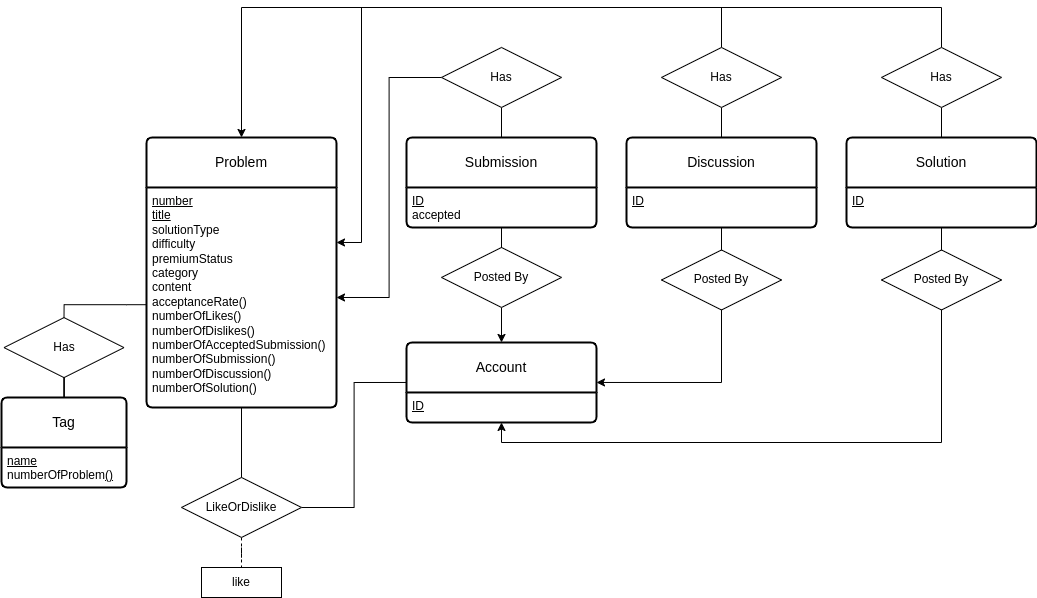
Above: Data Storing/design/ER Model.png in wargabasdat/Seleksi-2023-Tugas-1 (draw.io), before the change. Source tidied: cells renumbered, new cells last; positions are measured from the earlier drawing's top-left corner, leaving out a move shared by most shapes.
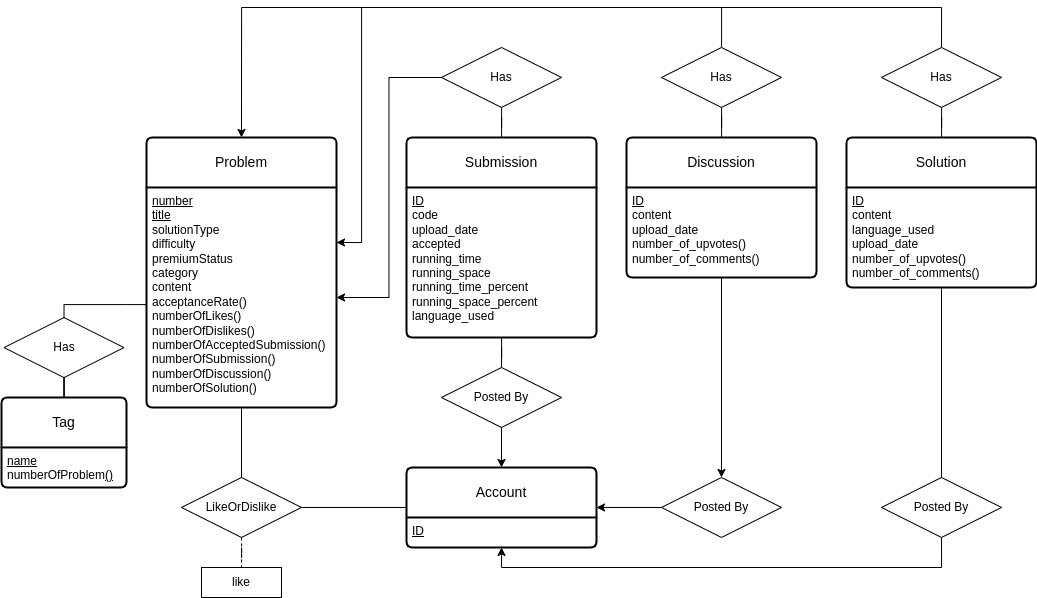
After the change.

The edit, as a diff of the source:
```diff
@@ -29,7 +29,7 @@
       <mxGeometry x="2.5" y="310.1" width="120" height="60" as="geometry" />
     </mxCell>
     <mxCell id="9" value="Account" style="swimlane;horizontal=1;startSize=50;rounded=1;fontSize=14;fontStyle=0;strokeWidth=2;shadow=0;dashed=0;align=center;arcSize=4;whiteSpace=wrap;html=1;" parent="1" vertex="1">
-      <mxGeometry x="405" y="335" width="190" height="80" as="geometry" />
+      <mxGeometry x="405" y="460" width="190" height="80" as="geometry" />
     </mxCell>
     <mxCell id="10" value="&lt;u&gt;ID&lt;/u&gt;" style="align=left;strokeColor=none;fillColor=none;spacingLeft=4;fontSize=12;verticalAlign=top;html=1;" parent="9" vertex="1">
       <mxGeometry y="50" width="190" height="30" as="geometry" />
@@ -46,17 +46,17 @@
     <mxCell id="14" value="like" style="rounded=0;whiteSpace=wrap;html=1;" parent="1" vertex="1">
       <mxGeometry x="200" y="560" width="80" height="30" as="geometry" />
     </mxCell>
-    <mxCell id="15" style="edgeStyle=orthogonalEdgeStyle;rounded=0;jettySize=auto;html=1;endArrow=none;endFill=0;" parent="1" edge="1" source="16" target="36">
+    <mxCell id="15" style="edgeStyle=orthogonalEdgeStyle;rounded=0;jettySize=auto;html=1;endArrow=none;endFill=0;" parent="1" edge="1" source="16" target="34">
       <mxGeometry relative="1" as="geometry" />
     </mxCell>
     <mxCell id="16" value="Has" style="shape=rhombus;perimeter=rhombusPerimeter;whiteSpace=wrap;html=1;align=center;" parent="1" vertex="1">
       <mxGeometry x="880" y="40" width="120" height="60" as="geometry" />
     </mxCell>
-    <mxCell id="17" style="edgeStyle=orthogonalEdgeStyle;rounded=0;jettySize=auto;html=1;entryX=1;entryY=0.5;entryDx=0;entryDy=0;exitX=0.5;exitY=1;exitDx=0;exitDy=0;" parent="1" edge="1" source="18" target="9">
+    <mxCell id="17" style="edgeStyle=orthogonalEdgeStyle;rounded=0;jettySize=auto;html=1;entryX=1;entryY=0.5;entryDx=0;entryDy=0;" parent="1" edge="1" source="18" target="9">
       <mxGeometry relative="1" as="geometry" />
     </mxCell>
     <mxCell id="18" value="Posted By" style="shape=rhombus;perimeter=rhombusPerimeter;whiteSpace=wrap;html=1;align=center;" parent="1" vertex="1">
-      <mxGeometry x="660" y="242.5" width="120" height="60" as="geometry" />
+      <mxGeometry x="660" y="470" width="120" height="60" as="geometry" />
     </mxCell>
     <mxCell id="19" style="edgeStyle=orthogonalEdgeStyle;rounded=0;jettySize=auto;html=1;endArrow=none;endFill=0;" parent="1" edge="1" source="21" target="24">
       <mxGeometry relative="1" as="geometry" />
@@ -71,19 +71,19 @@
       <mxGeometry relative="1" as="geometry" />
     </mxCell>
     <mxCell id="23" value="Posted By" style="shape=rhombus;perimeter=rhombusPerimeter;whiteSpace=wrap;html=1;align=center;" parent="1" vertex="1">
-      <mxGeometry x="880" y="242.5" width="120" height="60" as="geometry" />
+      <mxGeometry x="880" y="470" width="120" height="60" as="geometry" />
     </mxCell>
     <mxCell id="24" value="Submission" style="swimlane;horizontal=1;startSize=50;rounded=1;fontSize=14;fontStyle=0;strokeWidth=2;shadow=0;dashed=0;align=center;arcSize=4;whiteSpace=wrap;html=1;" parent="1" vertex="1">
-      <mxGeometry x="405" y="130" width="190" height="90" as="geometry" />
+      <mxGeometry x="405" y="130" width="190" height="200" as="geometry" />
     </mxCell>
-    <mxCell id="25" value="&lt;u&gt;ID&lt;/u&gt;&lt;br&gt;accepted" style="align=left;strokeColor=none;fillColor=none;spacingLeft=4;fontSize=12;verticalAlign=top;html=1;" parent="24" vertex="1">
-      <mxGeometry y="50" width="190" height="40" as="geometry" />
+    <mxCell id="25" value="&lt;u&gt;ID&lt;/u&gt;&lt;br&gt;code&lt;br&gt;upload_date&lt;br&gt;accepted&lt;br&gt;running_time&lt;br&gt;running_space&lt;br&gt;running_time_percent&lt;br&gt;running_space_percent&lt;br&gt;language_used" style="align=left;strokeColor=none;fillColor=none;spacingLeft=4;fontSize=12;verticalAlign=top;html=1;" parent="24" vertex="1">
+      <mxGeometry y="50" width="190" height="150" as="geometry" />
     </mxCell>
     <mxCell id="26" value="Discussion" style="swimlane;horizontal=1;startSize=50;rounded=1;fontSize=14;fontStyle=0;strokeWidth=2;shadow=0;dashed=0;align=center;arcSize=4;whiteSpace=wrap;html=1;" parent="1" vertex="1">
-      <mxGeometry x="625" y="130" width="190" height="90" as="geometry" />
+      <mxGeometry x="625" y="130" width="190" height="140" as="geometry" />
     </mxCell>
-    <mxCell id="27" value="&lt;u&gt;ID&lt;/u&gt;" style="align=left;strokeColor=none;fillColor=none;spacingLeft=4;fontSize=12;verticalAlign=top;html=1;" parent="26" vertex="1">
-      <mxGeometry y="50" width="190" height="40" as="geometry" />
+    <mxCell id="27" value="&lt;u&gt;ID&lt;br&gt;&lt;/u&gt;content&lt;br style=&quot;border-color: var(--border-color);&quot;&gt;upload_date&lt;br style=&quot;border-color: var(--border-color);&quot;&gt;number_of_upvotes()&lt;br style=&quot;border-color: var(--border-color);&quot;&gt;number_of_comments()&lt;u&gt;&lt;br&gt;&lt;/u&gt;" style="align=left;strokeColor=none;fillColor=none;spacingLeft=4;fontSize=12;verticalAlign=top;html=1;" parent="26" vertex="1">
+      <mxGeometry y="50" width="190" height="90" as="geometry" />
     </mxCell>
     <mxCell id="28" style="edgeStyle=orthogonalEdgeStyle;rounded=0;jettySize=auto;html=1;endArrow=none;endFill=0;" parent="1" edge="1" source="30" target="26">
       <mxGeometry relative="1" as="geometry" />
@@ -100,37 +100,37 @@
     <mxCell id="30" value="Has" style="shape=rhombus;perimeter=rhombusPerimeter;whiteSpace=wrap;html=1;align=center;" parent="1" vertex="1">
       <mxGeometry x="660" y="40" width="120" height="60" as="geometry" />
     </mxCell>
-    <mxCell id="31" style="edgeStyle=orthogonalEdgeStyle;rounded=0;jettySize=auto;html=1;endArrow=classic;endFill=1;" parent="1" edge="1" source="32" target="9">
+    <mxCell id="31" style="edgeStyle=orthogonalEdgeStyle;rounded=0;jettySize=auto;html=1;" parent="1" edge="1" source="32" target="9">
       <mxGeometry relative="1" as="geometry" />
     </mxCell>
     <mxCell id="32" value="Posted By" style="shape=rhombus;perimeter=rhombusPerimeter;whiteSpace=wrap;html=1;align=center;" parent="1" vertex="1">
-      <mxGeometry x="440" y="240" width="120" height="60" as="geometry" />
+      <mxGeometry x="440" y="360" width="120" height="60" as="geometry" />
     </mxCell>
     <mxCell id="33" style="edgeStyle=orthogonalEdgeStyle;rounded=0;jettySize=auto;html=1;entryX=0.5;entryY=0;entryDx=0;entryDy=0;endArrow=none;endFill=0;" parent="1" edge="1" source="4" target="13">
       <mxGeometry relative="1" as="geometry" />
     </mxCell>
-    <mxCell id="34" style="edgeStyle=orthogonalEdgeStyle;rounded=0;jettySize=auto;html=1;endArrow=none;endFill=0;" parent="1" edge="1" source="25" target="32">
-      <mxGeometry relative="1" as="geometry" />
+    <mxCell id="34" value="Solution" style="swimlane;horizontal=1;startSize=50;rounded=1;fontSize=14;fontStyle=0;strokeWidth=2;shadow=0;dashed=0;align=center;arcSize=4;whiteSpace=wrap;html=1;" parent="1" vertex="1">
+      <mxGeometry x="845" y="130" width="190" height="150" as="geometry" />
     </mxCell>
-    <mxCell id="35" style="edgeStyle=orthogonalEdgeStyle;rounded=0;jettySize=auto;html=1;endArrow=none;endFill=0;" parent="1" edge="1" source="27" target="18">
-      <mxGeometry relative="1" as="geometry" />
+    <mxCell id="35" value="&lt;u&gt;ID&lt;/u&gt;&lt;br&gt;content&lt;br&gt;language_used&lt;br&gt;upload_date&lt;br&gt;number_of_upvotes()&lt;br&gt;number_of_comments()&lt;br&gt;" style="align=left;strokeColor=none;fillColor=none;spacingLeft=4;fontSize=12;verticalAlign=top;html=1;" parent="34" vertex="1">
+      <mxGeometry y="50" width="190" height="100" as="geometry" />
     </mxCell>
-    <mxCell id="36" value="Solution" style="swimlane;horizontal=1;startSize=50;rounded=1;fontSize=14;fontStyle=0;strokeWidth=2;shadow=0;dashed=0;align=center;arcSize=4;whiteSpace=wrap;html=1;" parent="1" vertex="1">
-      <mxGeometry x="845" y="130" width="190" height="90" as="geometry" />
+    <mxCell id="36" style="edgeStyle=orthogonalEdgeStyle;rounded=0;jettySize=auto;html=1;entryX=0.5;entryY=0;entryDx=0;entryDy=0;endArrow=none;endFill=0;" parent="1" edge="1" source="4" target="8">
+      <mxGeometry relative="1" as="geometry">
+        <Array as="points">
+          <mxPoint x="125" y="297.1" />
+          <mxPoint x="63" y="297.1" />
+        </Array>
+      </mxGeometry>
     </mxCell>
-    <mxCell id="37" value="&lt;u&gt;ID&lt;/u&gt;" style="align=left;strokeColor=none;fillColor=none;spacingLeft=4;fontSize=12;verticalAlign=top;html=1;" parent="36" vertex="1">
-      <mxGeometry y="50" width="190" height="40" as="geometry" />
+    <mxCell id="37" style="edgeStyle=orthogonalEdgeStyle;rounded=0;jettySize=auto;html=1;endArrow=none;endFill=0;" parent="1" edge="1" source="35" target="23">
+      <mxGeometry relative="1" as="geometry" />
     </mxCell>
-    <mxCell id="38" style="edgeStyle=orthogonalEdgeStyle;rounded=0;jettySize=auto;html=1;endArrow=none;endFill=0;" parent="1" edge="1" source="37" target="23">
+    <mxCell id="38" style="edgeStyle=orthogonalEdgeStyle;rounded=0;jettySize=auto;html=1;entryX=0.5;entryY=0;entryDx=0;entryDy=0;" parent="1" edge="1" source="27" target="18">
       <mxGeometry relative="1" as="geometry" />
     </mxCell>
-    <mxCell id="39" style="edgeStyle=orthogonalEdgeStyle;rounded=0;jettySize=auto;html=1;entryX=0.5;entryY=0;entryDx=0;entryDy=0;endArrow=none;endFill=0;" parent="1" edge="1" source="4" target="8">
-      <mxGeometry relative="1" as="geometry">
-        <Array as="points">
-          <mxPoint x="125" y="297.1" />
-          <mxPoint x="63" y="297.1" />
-        </Array>
-      </mxGeometry>
+    <mxCell id="39" style="edgeStyle=orthogonalEdgeStyle;rounded=0;jettySize=auto;html=1;entryX=0.5;entryY=0;entryDx=0;entryDy=0;endArrow=none;endFill=0;" parent="1" edge="1" source="25" target="32">
+      <mxGeometry relative="1" as="geometry" />
     </mxCell>
   </root>
 </mxGraphModel>
```
